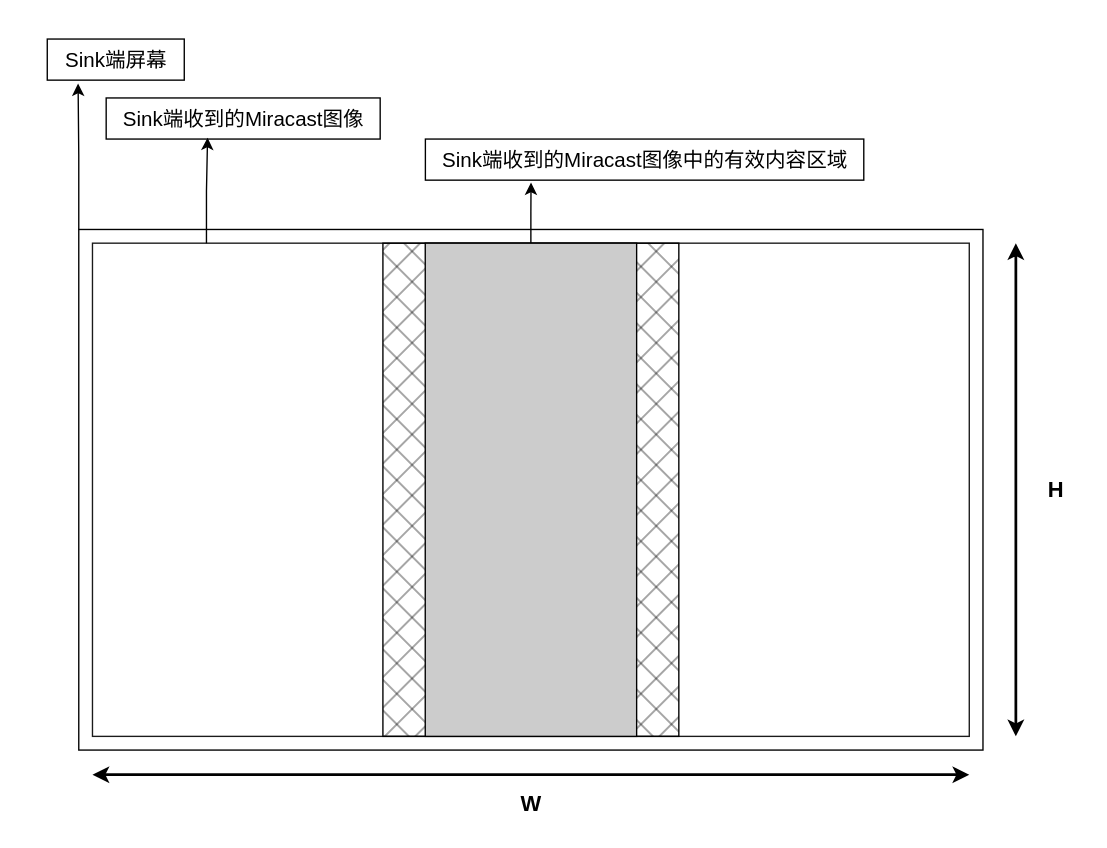
Above: Miracast图像边界检测算法.drawio in qjzh0603/drawio (draw.io), before the change. Source tidied: cells renumbered, new cells numbered last; positions are measured from the earlier drawing's top-left corner, leaving out a move shared by most shapes. Both pictures are drawn from the tidied source at 137%, with x=0, y=0 at pixel (47, 38).
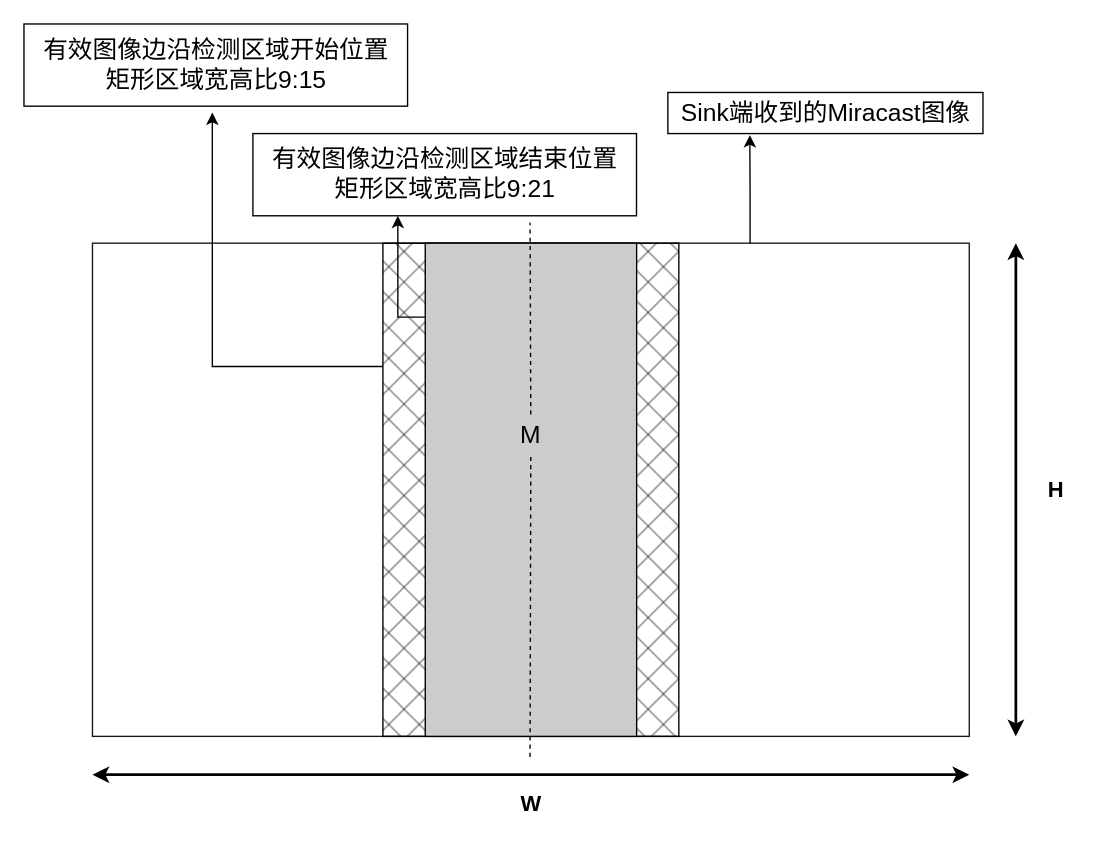
After the change.

Commit message (it also covers changes not shown here):
更新Miracast图像边界检测算法.drawio

Diff of the diagram source:
```diff
@@
-    <mxCell id="2" style="rounded=0;whiteSpace=wrap;html=1;fillColor=none;" parent="1" vertex="1">
-      <mxGeometry x="23" y="139" width="660" height="380" as="geometry" />
-    </mxCell>
-    <mxCell id="3" style="group;" parent="1" vertex="1">
-      <mxGeometry x="23" y="139" width="660" height="380" as="geometry" />
-    </mxCell>
-    <mxCell id="4" style="rounded=0;whiteSpace=wrap;html=1;fillStyle=hatch;strokeColor=#1A1A1A;fillColor=none;gradientColor=none;points=[[0,0,0,0,0],[0,0.25,0,0,0],[0,0.5,0,0,0],[0,0.75,0,0,0],[0,1,0,0,0],[0.13,0,0,0,0],[0.25,0,0,0,0],[0.25,1,0,0,0],[0.5,0,0,0,0],[0.5,1,0,0,0],[0.75,0,0,0,0],[0.75,1,0,0,0],[1,0,0,0,0],[1,0.25,0,0,0],[1,0.5,0,0,0],[1,0.75,0,0,0],[1,1,0,0,0]];" parent="3" vertex="1">
-      <mxGeometry x="10" y="10" width="640" height="360" as="geometry" />
+    <mxCell id="4" style="rounded=0;whiteSpace=wrap;html=1;fillStyle=hatch;strokeColor=#1A1A1A;fillColor=none;gradientColor=none;points=[[0,0,0,0,0],[0,0.25,0,0,0],[0,0.5,0,0,0],[0,0.75,0,0,0],[0,1,0,0,0],[0.13,0,0,0,0],[0.25,0,0,0,0],[0.25,1,0,0,0],[0.5,0,0,0,0],[0.5,1,0,0,0],[0.75,0,0,0,0],[0.75,1,0,0,0],[1,0,0,0,0],[1,0.25,0,0,0],[1,0.5,0,0,0],[1,0.75,0,0,0],[1,1,0,0,0]];" parent="1" vertex="1">
+      <mxGeometry x="33" y="149" width="640" height="360" as="geometry" />
     </mxCell>
+    <mxCell id="6" style="endArrow=classic;startArrow=classic;html=1;rounded=0;strokeWidth=2;" parent="1" edge="1">
+      <mxGeometry relative="1" as="geometry">
+        <mxPoint x="33" y="537" as="sourcePoint" />
+        <mxPoint x="673" y="537" as="targetPoint" />
+      </mxGeometry>
+    </mxCell>
-    <mxCell id="5" style="rounded=0;whiteSpace=wrap;html=1;fillStyle=cross-hatch;fillColor=#000000;fontColor=#ffffff;strokeColor=default;" parent="3" vertex="1">
-      <mxGeometry x="222" y="10" width="216" height="360" as="geometry" />
+    <mxCell id="5" style="rounded=0;whiteSpace=wrap;html=1;fillStyle=cross-hatch;fillColor=#000000;fontColor=#ffffff;strokeColor=default;points=[[0,0,0,0,0],[0,0.25,0,0,0],[0,0.5,0,0,0],[0,0.75,0,0,0],[0,1,0,0,0],[0.1,0,0,0,0],[0.25,0,0,0,0],[0.25,1,0,0,0],[0.5,0,0,0,0],[0.5,1,0,0,0],[0.75,0,0,0,0],[0.75,1,0,0,0],[1,0,0,0,0],[1,0.25,0,0,0],[1,0.5,0,0,0],[1,0.75,0,0,0],[1,1,0,0,0]];" parent="1" vertex="1">
+      <mxGeometry x="245" y="149" width="216" height="360" as="geometry" />
     </mxCell>
-    <mxCell id="6" style="endArrow=classic;startArrow=classic;html=1;rounded=0;strokeWidth=2;" parent="1" edge="1">
-      <mxGeometry relative="1" as="geometry">
-        <mxPoint x="33" y="537" as="sourcePoint" />
-        <mxPoint x="673" y="537" as="targetPoint" />
-      </mxGeometry>
-    </mxCell>
@@
-    <mxCell id="10" style="edgeStyle=orthogonalEdgeStyle;rounded=0;jettySize=auto;html=1;exitX=0;exitY=0;exitDx=0;exitDy=0;fontSize=15;entryX=0.225;entryY=1.084;entryDx=0;entryDy=0;entryPerimeter=0;" parent="1" edge="1" source="2" target="11">
-      <mxGeometry relative="1" as="geometry" />
-    </mxCell>
-    <mxCell id="11" value="Sink端屏幕" style="text;html=1;align=center;verticalAlign=middle;points=[];strokeColor=default;fillColor=none;fontSize=15;" parent="1" vertex="1">
-      <mxGeometry width="100" height="30" as="geometry" />
-    </mxCell>
-    <mxCell id="12" value="Sink端收到的Miracast图像" style="text;html=1;align=center;verticalAlign=middle;points=[];strokeColor=default;fillColor=none;fontSize=15;" parent="1" vertex="1">
-      <mxGeometry x="43" y="43" width="200" height="30" as="geometry" />
+    <mxCell id="12" value="Sink端收到的Miracast图像" style="text;html=1;align=center;verticalAlign=middle;points=[];strokeColor=default;fillColor=none;fontSize=18;" parent="1" vertex="1">
+      <mxGeometry x="453" y="39" width="230" height="30" as="geometry" />
     </mxCell>
-    <mxCell id="13" style="edgeStyle=orthogonalEdgeStyle;rounded=0;jettySize=auto;html=1;exitX=0.5;exitY=0;exitDx=0;exitDy=0;fontSize=15;entryX=0.241;entryY=1.058;entryDx=0;entryDy=0;entryPerimeter=0;" parent="1" edge="1" source="5" target="14">
-      <mxGeometry relative="1" as="geometry" />
-    </mxCell>
-    <mxCell id="14" value="Sink端收到的Miracast图像中的有效内容区域" style="text;html=1;align=center;verticalAlign=middle;points=[];strokeColor=default;fillColor=none;fontSize=15;" parent="1" vertex="1">
-      <mxGeometry x="276" y="73" width="320" height="30" as="geometry" />
-    </mxCell>
+    <mxCell id="17" style="edgeStyle=orthogonalEdgeStyle;rounded=0;jettySize=auto;html=1;exitX=0;exitY=0.15;exitDx=0;exitDy=0;exitPerimeter=0;entryX=0.378;entryY=1;entryDx=0;entryDy=0;entryPerimeter=0;fontSize=18;" parent="1" edge="1" source="15" target="20">
+      <mxGeometry relative="1" as="geometry" />
+    </mxCell>
+    <mxCell id="18" value="有效图像边沿检测区域开始位置&lt;br&gt;矩形区域宽高比9:15" style="text;html=1;align=center;verticalAlign=middle;points=[];strokeColor=default;fillColor=none;fontSize=18;labelBorderColor=none;" parent="1" vertex="1">
+      <mxGeometry x="-17" y="-11" width="280" height="60" as="geometry" />
+    </mxCell>
+    <mxCell id="16" style="edgeStyle=orthogonalEdgeStyle;rounded=0;jettySize=auto;html=1;exitX=0.75;exitY=0;exitDx=0;exitDy=0;exitPerimeter=0;entryX=0.26;entryY=1.038;entryDx=0;entryDy=0;entryPerimeter=0;fontSize=18;" parent="1" edge="1" source="4" target="12">
+      <mxGeometry relative="1" as="geometry" />
+    </mxCell>
+    <mxCell id="19" style="edgeStyle=orthogonalEdgeStyle;rounded=0;jettySize=auto;html=1;exitX=0;exitY=0.25;exitDx=0;exitDy=0;exitPerimeter=0;entryX=0.491;entryY=1.078;entryDx=0;entryDy=0;entryPerimeter=0;fontSize=18;" parent="1" edge="1" source="5" target="18">
+      <mxGeometry relative="1" as="geometry" />
+    </mxCell>
+    <mxCell id="20" value="有效图像边沿检测区域结束位置&lt;br&gt;矩形区域宽高比9:21" style="text;html=1;align=center;verticalAlign=middle;points=[];strokeColor=default;fillColor=none;fontSize=18;labelBorderColor=none;" parent="1" vertex="1">
+      <mxGeometry x="150.1" y="69" width="280" height="60" as="geometry" />
+    </mxCell>
-    <mxCell id="15" style="rounded=0;whiteSpace=wrap;html=1;fillStyle=solid;glass=0;fillColor=#CCCCCC;fontColor=#ffffff;strokeColor=#000000;" parent="1" vertex="1">
+    <mxCell id="15" style="rounded=0;whiteSpace=wrap;html=1;fillStyle=solid;glass=0;fillColor=#CCCCCC;fontColor=#ffffff;strokeColor=#000000;points=[[0,0,0,0,0],[0,0.15,0,0,0],[0,0.25,0,0,0],[0,0.5,0,0,0],[0,0.75,0,0,0],[0,1,0,0,0],[0.25,0,0,0,0],[0.25,1,0,0,0],[0.5,0,0,0,0],[0.5,1,0,0,0],[0.75,0,0,0,0],[0.75,1,0,0,0],[1,0,0,0,0],[1,0.25,0,0,0],[1,0.5,0,0,0],[1,0.75,0,0,0],[1,1,0,0,0]];" parent="1" vertex="1">
       <mxGeometry x="275.9" y="149" width="154.3" height="360" as="geometry" />
     </mxCell>
-    <mxCell id="16" style="edgeStyle=orthogonalEdgeStyle;rounded=0;jettySize=auto;html=1;exitX=0.13;exitY=0;exitDx=0;exitDy=0;exitPerimeter=0;entryX=0.37;entryY=0.967;entryDx=0;entryDy=0;entryPerimeter=0;" parent="1" edge="1" source="4" target="12">
-      <mxGeometry relative="1" as="geometry" />
-    </mxCell>
+    <mxCell id="21" style="endArrow=none;html=1;rounded=0;dashed=1;fontSize=18;startArrow=none;" parent="1" edge="1" source="22">
+      <mxGeometry relative="1" as="geometry">
+        <mxPoint x="352.4" y="134" as="targetPoint" />
+      </mxGeometry>
+    </mxCell>
+    <mxCell id="22" value="M" style="text;html=1;strokeColor=none;fillColor=none;align=center;verticalAlign=middle;whiteSpace=wrap;rounded=0;glass=0;dashed=1;labelBorderColor=none;fillStyle=solid;fontSize=18;" parent="1" vertex="1">
+      <mxGeometry x="323" y="274" width="60" height="30" as="geometry" />
+    </mxCell>
+    <mxCell id="23" style="endArrow=none;html=1;rounded=0;dashed=1;fontSize=18;" parent="1" edge="1" target="22">
+      <mxGeometry relative="1" as="geometry">
+        <mxPoint x="352.4" y="524" as="sourcePoint" />
+      </mxGeometry>
+    </mxCell>
```
